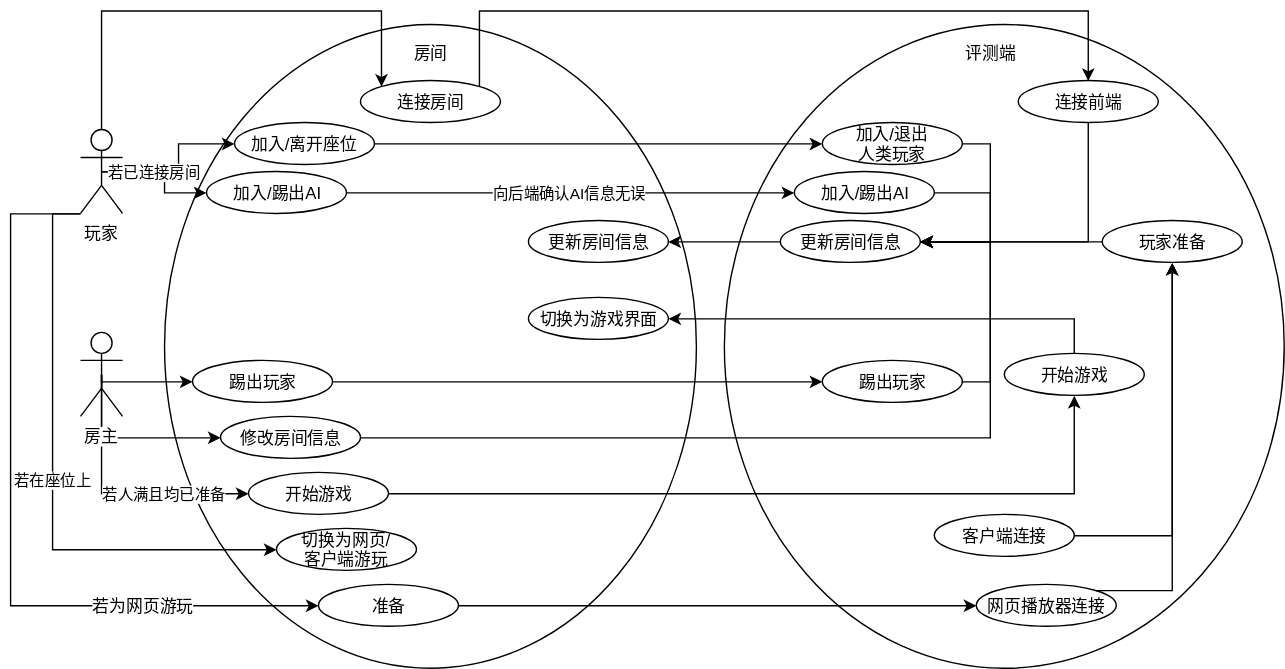
The draw.io diagram docs/svgs/room2judger.svg in inaba-minoru/Saiblo-development-docs, before a commit. Source tidied: cells renumbered, new cells last; positions are measured from the earlier drawing's top-left corner, leaving out a move shared by most shapes.
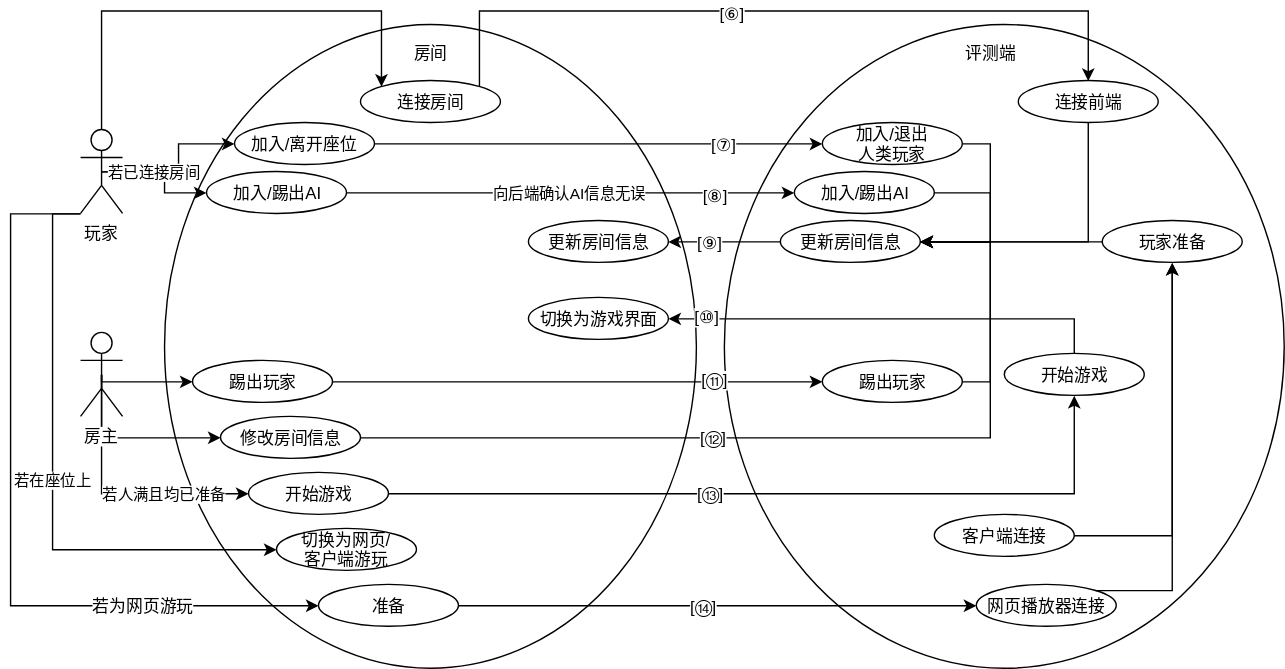
After the commit.

What changed in the source:
```diff
@@ -70,6 +70,9 @@
         </Array>
       </mxGeometry>
     </mxCell>
+    <mxCell id="52" value="[⑦]" style="text;html=1;align=center;verticalAlign=middle;labelBackgroundColor=#ffffff;" parent="15" vertex="1">
+      <mxGeometry x="0.56" relative="1" as="geometry" />
+    </mxCell>
     <mxCell id="16" value="加入/离开座位" style="ellipse;whiteSpace=wrap;html=1;fillColor=none;" parent="1" vertex="1">
       <mxGeometry x="160" y="80" width="100" height="30" as="geometry" />
     </mxCell>
@@ -82,6 +85,9 @@
     <mxCell id="19" style="edgeStyle=orthogonalEdgeStyle;rounded=0;jettySize=auto;html=1;exitX=0;exitY=0.5;exitDx=0;exitDy=0;entryX=1;entryY=0.5;entryDx=0;entryDy=0;" parent="1" edge="1" source="20" target="21">
       <mxGeometry relative="1" as="geometry" />
     </mxCell>
+    <mxCell id="53" value="[⑨]" style="text;html=1;align=center;verticalAlign=middle;labelBackgroundColor=#ffffff;" parent="19" vertex="1">
+      <mxGeometry x="0.25" relative="1" as="geometry" />
+    </mxCell>
     <mxCell id="20" value="更新房间信息" style="ellipse;whiteSpace=wrap;html=1;fillColor=none;" parent="1" vertex="1">
       <mxGeometry x="550" y="150" width="100" height="30" as="geometry" />
     </mxCell>
@@ -96,6 +102,9 @@
         </Array>
       </mxGeometry>
     </mxCell>
+    <mxCell id="54" value="[⑧]" style="text;html=1;align=center;verticalAlign=middle;labelBackgroundColor=#ffffff;" parent="22" vertex="1">
+      <mxGeometry x="0.65" y="-1" relative="1" as="geometry" />
+    </mxCell>
     <mxCell id="23" value="加入/踢出AI" style="ellipse;whiteSpace=wrap;html=1;fillColor=none;" parent="1" vertex="1">
       <mxGeometry x="140" y="115" width="100" height="30" as="geometry" />
     </mxCell>
@@ -113,6 +122,9 @@
     <mxCell id="26" style="edgeStyle=orthogonalEdgeStyle;rounded=0;jettySize=auto;html=1;exitX=1;exitY=0.5;exitDx=0;exitDy=0;" parent="1" edge="1" source="27" target="29">
       <mxGeometry relative="1" as="geometry" />
     </mxCell>
+    <mxCell id="55" value="[⑪]" style="text;html=1;align=center;verticalAlign=middle;labelBackgroundColor=#ffffff;" parent="26" vertex="1">
+      <mxGeometry x="0.56" y="2" relative="1" as="geometry" />
+    </mxCell>
     <mxCell id="27" value="踢出玩家" style="ellipse;whiteSpace=wrap;html=1;fillColor=none;" parent="1" vertex="1">
       <mxGeometry x="130" y="250" width="100" height="30" as="geometry" />
     </mxCell>
@@ -130,6 +142,9 @@
         </Array>
       </mxGeometry>
     </mxCell>
+    <mxCell id="56" value="[⑥]" style="text;html=1;align=center;verticalAlign=middle;labelBackgroundColor=#ffffff;" parent="30" vertex="1">
+      <mxGeometry x="-0.13" y="-1" relative="1" as="geometry" />
+    </mxCell>
     <mxCell id="31" value="连接房间" style="ellipse;whiteSpace=wrap;html=1;fillColor=none;" parent="1" vertex="1">
       <mxGeometry x="250" y="50" width="100" height="30" as="geometry" />
     </mxCell>
@@ -150,18 +165,27 @@
         </Array>
       </mxGeometry>
     </mxCell>
+    <mxCell id="57" value="[⑫]" style="text;html=1;align=center;verticalAlign=middle;labelBackgroundColor=#ffffff;" parent="35" vertex="1">
+      <mxGeometry x="-0.21" y="1" relative="1" as="geometry" />
+    </mxCell>
     <mxCell id="36" value="修改房间信息" style="ellipse;whiteSpace=wrap;html=1;fillColor=none;" parent="1" vertex="1">
       <mxGeometry x="150" y="290" width="100" height="30" as="geometry" />
     </mxCell>
     <mxCell id="37" style="edgeStyle=orthogonalEdgeStyle;rounded=0;jettySize=auto;html=1;exitX=1;exitY=0.5;exitDx=0;exitDy=0;entryX=0.5;entryY=1;entryDx=0;entryDy=0;" parent="1" edge="1" source="38" target="40">
       <mxGeometry relative="1" as="geometry" />
     </mxCell>
+    <mxCell id="58" value="[⑬]" style="text;html=1;align=center;verticalAlign=middle;labelBackgroundColor=#ffffff;" parent="37" vertex="1">
+      <mxGeometry x="-0.18" y="1" relative="1" as="geometry" />
+    </mxCell>
     <mxCell id="38" value="开始游戏" style="ellipse;whiteSpace=wrap;html=1;fillColor=none;" parent="1" vertex="1">
       <mxGeometry x="170" y="330" width="100" height="30" as="geometry" />
     </mxCell>
     <mxCell id="39" style="edgeStyle=orthogonalEdgeStyle;rounded=0;jettySize=auto;html=1;exitX=0.5;exitY=0;exitDx=0;exitDy=0;entryX=1;entryY=0.5;entryDx=0;entryDy=0;" parent="1" edge="1" source="40" target="41">
       <mxGeometry relative="1" as="geometry" />
     </mxCell>
+    <mxCell id="59" value="[⑩]" style="text;html=1;align=center;verticalAlign=middle;labelBackgroundColor=#ffffff;" parent="39" vertex="1">
+      <mxGeometry x="0.82" y="-2" relative="1" as="geometry" />
+    </mxCell>
     <mxCell id="40" value="开始游戏" style="ellipse;whiteSpace=wrap;html=1;fillColor=none;" parent="1" vertex="1">
       <mxGeometry x="710" y="245" width="100" height="30" as="geometry" />
     </mxCell>
@@ -205,6 +229,9 @@
     <mxCell id="50" style="edgeStyle=orthogonalEdgeStyle;rounded=0;jettySize=auto;html=1;exitX=1;exitY=0.5;exitDx=0;exitDy=0;entryX=0;entryY=0.5;entryDx=0;entryDy=0;" parent="1" edge="1" source="51" target="49">
       <mxGeometry relative="1" as="geometry" />
     </mxCell>
+    <mxCell id="60" value="[⑭]" style="text;html=1;align=center;verticalAlign=middle;labelBackgroundColor=#ffffff;" parent="50" vertex="1">
+      <mxGeometry x="-0.06" relative="1" as="geometry" />
+    </mxCell>
     <mxCell id="51" value="准备" style="ellipse;whiteSpace=wrap;html=1;fillColor=none;" parent="1" vertex="1">
       <mxGeometry x="220" y="410" width="100" height="30" as="geometry" />
     </mxCell>
```
